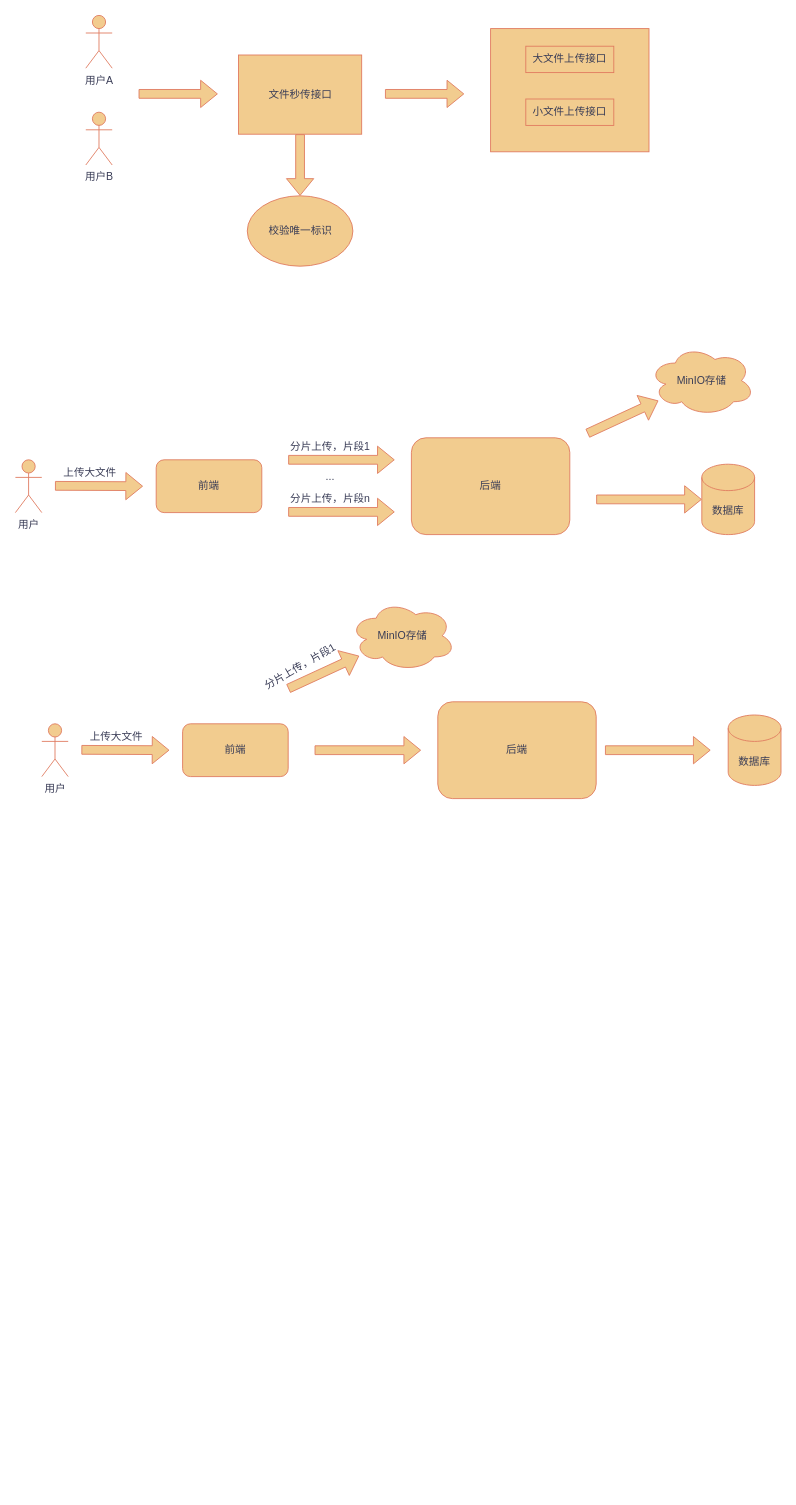
This is 文件相关.drawio from fll149866/diagrams, a draw.io file, before an edit. Source tidied: cells renumbered, new cells numbered last; positions are measured from the earlier drawing's top-left corner, leaving out a move shared by most shapes. Both pictures are drawn from the tidied source at 88%, with x=0, y=0 at pixel (15, 15).
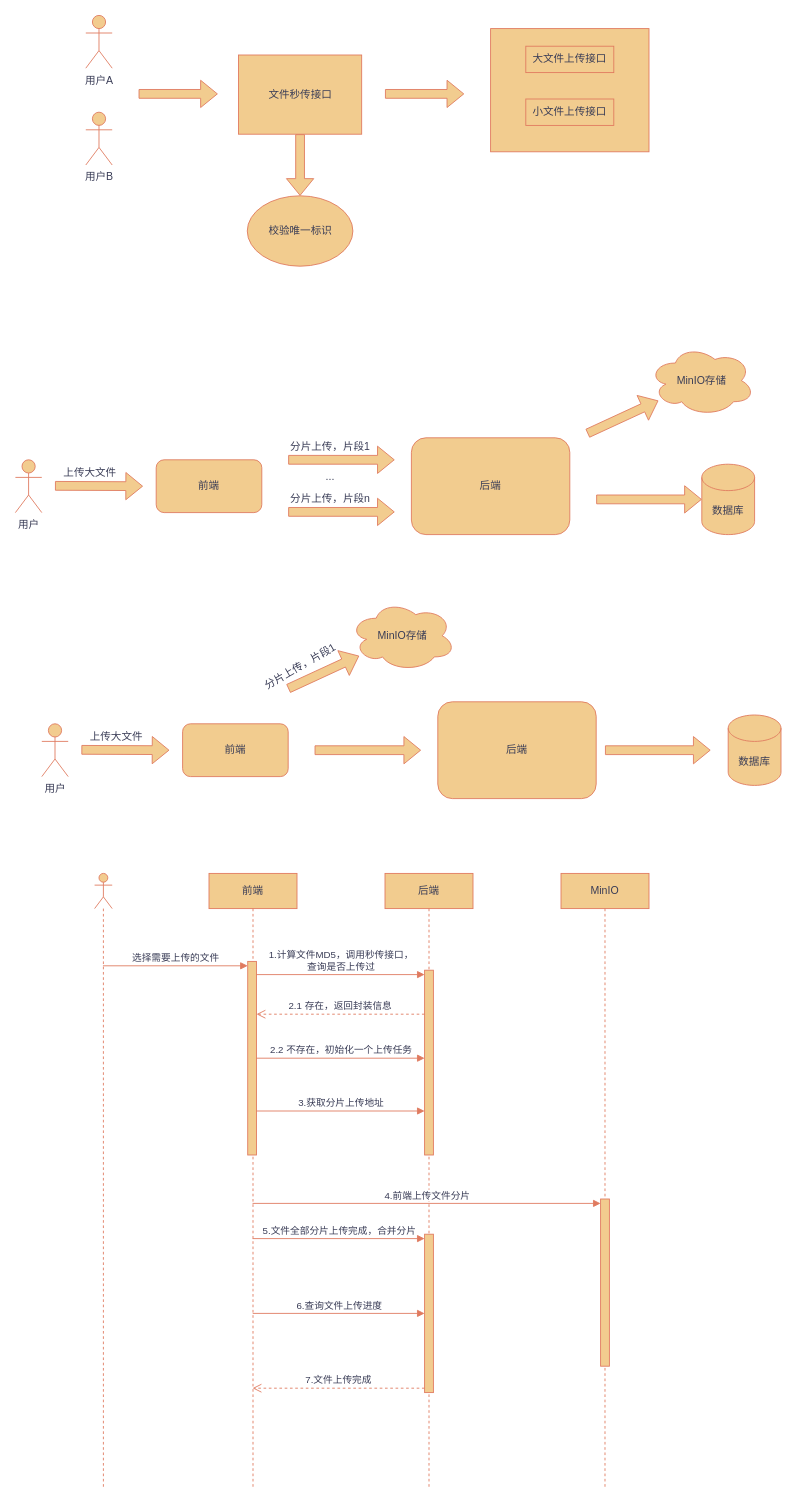
After the change.

Commit message (it also covers changes not shown here):
更新文件相关.drawio

Diff of the diagram source:
```diff
@@
+    <mxCell id="37" value="前端" style="shape=umlLifeline;perimeter=lifelinePerimeter;whiteSpace=wrap;html=1;outlineConnect=0;portConstraint=eastwest;newEdgeStyle={&quot;curved&quot;:0,&quot;rounded&quot;:0};strokeColor=#E07A5F;fontColor=#393C56;fillColor=#F2CC8F;" parent="1" vertex="1">
+      <mxGeometry x="220" y="975" width="100" height="700" as="geometry" />
+    </mxCell>
+    <mxCell id="38" style="html=1;points=[[0,0,0,0,5],[0,1,0,0,-5],[1,0,0,0,5],[1,1,0,0,-5]];perimeter=orthogonalPerimeter;outlineConnect=0;targetShapes=umlLifeline;portConstraint=eastwest;newEdgeStyle={&quot;curved&quot;:0,&quot;rounded&quot;:0};strokeColor=#E07A5F;fontColor=#393C56;fillColor=#F2CC8F;" parent="37" vertex="1">
+      <mxGeometry x="44" y="100" width="10" height="220" as="geometry" />
+    </mxCell>
+    <mxCell id="39" style="shape=umlLifeline;perimeter=lifelinePerimeter;whiteSpace=wrap;html=1;outlineConnect=0;portConstraint=eastwest;newEdgeStyle={&quot;curved&quot;:0,&quot;rounded&quot;:0};participant=umlActor;strokeColor=#E07A5F;fontColor=#393C56;fillColor=#F2CC8F;" parent="1" vertex="1">
+      <mxGeometry x="90" y="975" width="20" height="700" as="geometry" />
+    </mxCell>
+    <mxCell id="40" value="后端" style="shape=umlLifeline;perimeter=lifelinePerimeter;whiteSpace=wrap;html=1;newEdgeStyle={&quot;curved&quot;:0,&quot;rounded&quot;:0};strokeColor=#E07A5F;fontColor=#393C56;fillColor=#F2CC8F;" parent="1" vertex="1">
+      <mxGeometry x="420" y="975" width="100" height="700" as="geometry" />
+    </mxCell>
+    <mxCell id="41" style="html=1;points=[[0,0,0,0,5],[0,1,0,0,-5],[1,0,0,0,5],[1,1,0,0,-5]];perimeter=orthogonalPerimeter;outlineConnect=0;targetShapes=umlLifeline;portConstraint=eastwest;newEdgeStyle={&quot;curved&quot;:0,&quot;rounded&quot;:0};strokeColor=#E07A5F;fontColor=#393C56;fillColor=#F2CC8F;" parent="40" vertex="1">
+      <mxGeometry x="45" y="110" width="10" height="210" as="geometry" />
+    </mxCell>
+    <mxCell id="42" style="html=1;points=[[0,0,0,0,5],[0,1,0,0,-5],[1,0,0,0,5],[1,1,0,0,-5]];perimeter=orthogonalPerimeter;outlineConnect=0;targetShapes=umlLifeline;portConstraint=eastwest;newEdgeStyle={&quot;curved&quot;:0,&quot;rounded&quot;:0};strokeColor=#E07A5F;fontColor=#393C56;fillColor=#F2CC8F;" parent="40" vertex="1">
+      <mxGeometry x="45" y="410" width="10" height="180" as="geometry" />
+    </mxCell>
+    <mxCell id="43" value="MinIO" style="shape=umlLifeline;perimeter=lifelinePerimeter;whiteSpace=wrap;html=1;newEdgeStyle={&quot;curved&quot;:0,&quot;rounded&quot;:0};strokeColor=#E07A5F;fontColor=#393C56;fillColor=#F2CC8F;" parent="1" vertex="1">
+      <mxGeometry x="620" y="975" width="100" height="700" as="geometry" />
+    </mxCell>
+    <mxCell id="44" style="html=1;points=[[0,0,0,0,5],[0,1,0,0,-5],[1,0,0,0,5],[1,1,0,0,-5]];perimeter=orthogonalPerimeter;outlineConnect=0;targetShapes=umlLifeline;portConstraint=eastwest;newEdgeStyle={&quot;curved&quot;:0,&quot;rounded&quot;:0};strokeColor=#E07A5F;fontColor=#393C56;fillColor=#F2CC8F;" parent="43" vertex="1">
+      <mxGeometry x="45" y="370" width="10" height="190" as="geometry" />
+    </mxCell>
+    <mxCell id="45" value="选择需要上传的文件" style="html=1;verticalAlign=bottom;endArrow=block;curved=0;rounded=0;entryX=0;entryY=0;entryDx=0;entryDy=5;strokeColor=#E07A5F;fontColor=#393C56;fillColor=#F2CC8F;" parent="1" edge="1" source="39" target="38">
+      <mxGeometry relative="1" as="geometry" />
+    </mxCell>
+    <mxCell id="46" value="1.计算文件MD5，调用秒传接口，&lt;div&gt;查询是否上传过&lt;/div&gt;" style="html=1;verticalAlign=bottom;endArrow=block;curved=0;rounded=0;entryX=0;entryY=0;entryDx=0;entryDy=5;strokeColor=#E07A5F;fontColor=#393C56;fillColor=#F2CC8F;" parent="1" edge="1" source="38" target="41">
+      <mxGeometry relative="1" as="geometry" />
+    </mxCell>
+    <mxCell id="47" value="2.1 存在，返回封装信息" style="html=1;verticalAlign=bottom;endArrow=open;dashed=1;endSize=8;curved=0;rounded=0;strokeColor=#E07A5F;fontColor=#393C56;fillColor=#F2CC8F;" parent="1" edge="1" source="41" target="38">
+      <mxGeometry relative="1" as="geometry">
+        <Array as="points">
+          <mxPoint x="370" y="1135" />
+        </Array>
+      </mxGeometry>
+    </mxCell>
+    <mxCell id="48" value="2.2 不存在，初始化一个上传任务" style="html=1;verticalAlign=bottom;endArrow=block;curved=0;rounded=0;strokeColor=#E07A5F;fontColor=#393C56;fillColor=#F2CC8F;" parent="1" edge="1" source="38" target="41">
+      <mxGeometry relative="1" as="geometry" />
+    </mxCell>
+    <mxCell id="49" value="3.获取分片上传地址" style="html=1;verticalAlign=bottom;endArrow=block;curved=0;rounded=0;strokeColor=#E07A5F;fontColor=#393C56;fillColor=#F2CC8F;" parent="1" edge="1" source="38" target="41">
+      <mxGeometry relative="1" as="geometry">
+        <Array as="points">
+          <mxPoint x="370" y="1245" />
+        </Array>
+      </mxGeometry>
+    </mxCell>
+    <mxCell id="50" value="4.前端上传文件分片" style="html=1;verticalAlign=bottom;endArrow=block;curved=0;rounded=0;entryX=0;entryY=0;entryDx=0;entryDy=5;strokeColor=#E07A5F;fontColor=#393C56;fillColor=#F2CC8F;" parent="1" edge="1" source="37" target="44">
+      <mxGeometry relative="1" as="geometry" />
+    </mxCell>
+    <mxCell id="51" value="5.文件全部分片上传完成，合并分片" style="html=1;verticalAlign=bottom;endArrow=block;curved=0;rounded=0;entryX=0;entryY=0;entryDx=0;entryDy=5;strokeColor=#E07A5F;fontColor=#393C56;fillColor=#F2CC8F;" parent="1" edge="1" source="37" target="42">
+      <mxGeometry relative="1" as="geometry" />
+    </mxCell>
+    <mxCell id="52" value="7.文件上传完成" style="html=1;verticalAlign=bottom;endArrow=open;dashed=1;endSize=8;curved=0;rounded=0;exitX=0;exitY=1;exitDx=0;exitDy=-5;strokeColor=#E07A5F;fontColor=#393C56;fillColor=#F2CC8F;" parent="1" edge="1" source="42" target="37">
+      <mxGeometry relative="1" as="geometry" />
+    </mxCell>
+    <mxCell id="53" value="6.查询文件上传进度" style="html=1;verticalAlign=bottom;endArrow=block;curved=0;rounded=0;strokeColor=#E07A5F;fontColor=#393C56;fillColor=#F2CC8F;" parent="1" edge="1">
+      <mxGeometry relative="1" as="geometry">
+        <mxPoint x="269.7" y="1475" as="sourcePoint" />
+        <mxPoint x="465" y="1475" as="targetPoint" />
+      </mxGeometry>
+    </mxCell>
```
